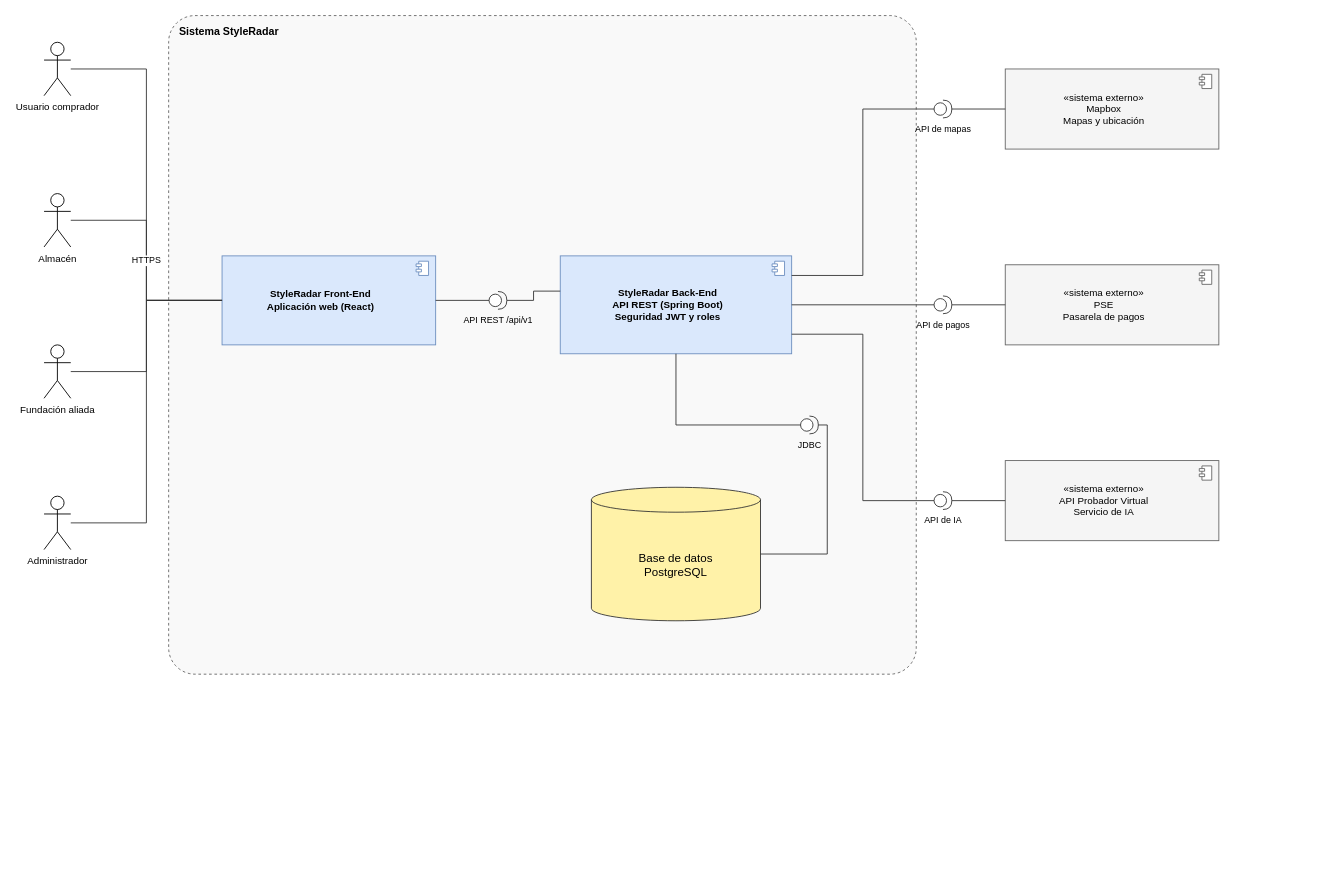
CatrachoINXS/StyleRadar-Backend keeps this draw.io diagram as style-radar/docs/uml/DiagramaComponentesGeneral.drawio. Above is the earlier version. Source tidied: cells renumbered, new cells numbered last; positions are measured from the earlier drawing's top-left corner, leaving out a move shared by most shapes. Both pictures are drawn from the tidied source at 89%, with x=0, y=0 at pixel (44, 15).
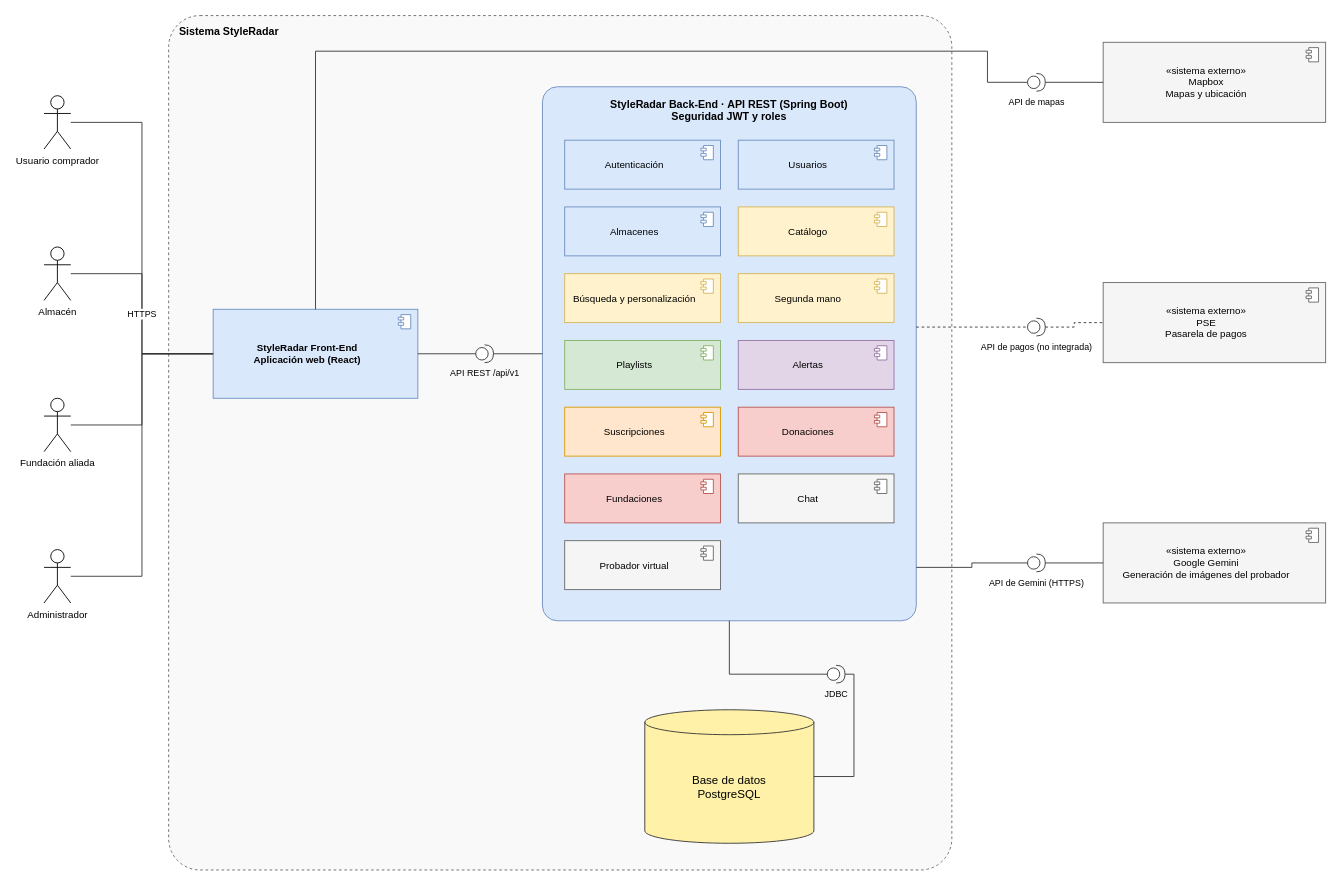
The same diagram, later.

Commit message (it also covers changes not shown here):
docs: add donation, foundation, chat and try-on modules to component diagrams

Change to the diagram source:
```diff
@@
     <mxCell id="2" value="Usuario comprador" style="shape=umlActor;verticalLabelPosition=bottom;verticalAlign=top;html=1;outlineConnect=0;fontSize=11;" parent="1" vertex="1">
-      <mxGeometry y="30" width="30" height="60" as="geometry" />
+      <mxGeometry y="90" width="30" height="60" as="geometry" />
     </mxCell>
     <mxCell id="3" value="Almacén" style="shape=umlActor;verticalLabelPosition=bottom;verticalAlign=top;html=1;outlineConnect=0;fontSize=11;" parent="1" vertex="1">
-      <mxGeometry y="200" width="30" height="60" as="geometry" />
+      <mxGeometry y="260" width="30" height="60" as="geometry" />
     </mxCell>
     <mxCell id="4" value="Fundación aliada" style="shape=umlActor;verticalLabelPosition=bottom;verticalAlign=top;html=1;outlineConnect=0;fontSize=11;" parent="1" vertex="1">
-      <mxGeometry y="370" width="30" height="60" as="geometry" />
+      <mxGeometry y="430" width="30" height="60" as="geometry" />
     </mxCell>
     <mxCell id="5" value="Administrador" style="shape=umlActor;verticalLabelPosition=bottom;verticalAlign=top;html=1;outlineConnect=0;fontSize=11;" parent="1" vertex="1">
-      <mxGeometry y="540" width="30" height="60" as="geometry" />
+      <mxGeometry y="600" width="30" height="60" as="geometry" />
     </mxCell>
     <mxCell id="6" value="&lt;b&gt;Sistema StyleRadar&lt;/b&gt;" style="rounded=1;arcSize=4;whiteSpace=wrap;html=1;fillColor=#f9f9f9;strokeColor=#666666;fontSize=12;verticalAlign=top;align=left;spacingLeft=10;spacingTop=4;dashed=1;" parent="1" vertex="1">
-      <mxGeometry x="140" width="840" height="740" as="geometry" />
+      <mxGeometry x="140" width="880" height="960" as="geometry" />
     </mxCell>
     <mxCell id="7" value="&lt;b&gt;StyleRadar Front-End&lt;br&gt;Aplicación web (React)&lt;/b&gt;" style="rounded=0;whiteSpace=wrap;html=1;fillColor=#dae8fc;strokeColor=#6c8ebf;fontSize=11;spacingRight=18;" parent="1" vertex="1">
-      <mxGeometry x="200" y="270" width="240" height="100" as="geometry" />
+      <mxGeometry x="190" y="330" width="230" height="100" as="geometry" />
     </mxCell>
     <mxCell id="8" style="shape=module;jettyWidth=6;jettyHeight=3;html=1;fillColor=#ffffff;strokeColor=#6c8ebf;" parent="7" vertex="1">
-      <mxGeometry x="218" y="6" width="14" height="16" as="geometry" />
+      <mxGeometry x="208" y="6" width="14" height="16" as="geometry" />
     </mxCell>
-    <mxCell id="9" value="&lt;b&gt;StyleRadar Back-End&lt;br&gt;API REST (Spring Boot)&lt;br&gt;Seguridad JWT y roles&lt;/b&gt;" style="rounded=0;whiteSpace=wrap;html=1;fillColor=#dae8fc;strokeColor=#6c8ebf;fontSize=11;spacingRight=18;" parent="1" vertex="1">
-      <mxGeometry x="580" y="270" width="260" height="110" as="geometry" />
+    <mxCell id="9" value="&lt;b&gt;StyleRadar Back-End · API REST (Spring Boot)&lt;br&gt;Seguridad JWT y roles&lt;/b&gt;" style="rounded=1;arcSize=4;whiteSpace=wrap;html=1;fillColor=#dae8fc;strokeColor=#6c8ebf;fontSize=12;verticalAlign=top;spacingTop=6;" parent="1" vertex="1">
+      <mxGeometry x="560" y="80" width="420" height="600" as="geometry" />
     </mxCell>
-    <mxCell id="10" style="shape=module;jettyWidth=6;jettyHeight=3;html=1;fillColor=#ffffff;strokeColor=#6c8ebf;" parent="9" vertex="1">
-      <mxGeometry x="238" y="6" width="14" height="16" as="geometry" />
-    </mxCell>
+    <mxCell id="37" value="Autenticación" style="rounded=0;whiteSpace=wrap;html=1;fillColor=#dae8fc;strokeColor=#6c8ebf;fontSize=11;spacingRight=18;" parent="1" vertex="1">
+      <mxGeometry x="585" y="140" width="175" height="55" as="geometry" />
+    </mxCell>
+    <mxCell id="38" style="shape=module;jettyWidth=6;jettyHeight=3;html=1;fillColor=#ffffff;strokeColor=#6c8ebf;" parent="37" vertex="1">
+      <mxGeometry x="153" y="6" width="14" height="16" as="geometry" />
+    </mxCell>
+    <mxCell id="39" value="Usuarios" style="rounded=0;whiteSpace=wrap;html=1;fillColor=#dae8fc;strokeColor=#6c8ebf;fontSize=11;spacingRight=18;" parent="1" vertex="1">
+      <mxGeometry x="780" y="140" width="175" height="55" as="geometry" />
+    </mxCell>
+    <mxCell id="40" style="shape=module;jettyWidth=6;jettyHeight=3;html=1;fillColor=#ffffff;strokeColor=#6c8ebf;" parent="39" vertex="1">
+      <mxGeometry x="153" y="6" width="14" height="16" as="geometry" />
+    </mxCell>
+    <mxCell id="41" value="Almacenes" style="rounded=0;whiteSpace=wrap;html=1;fillColor=#dae8fc;strokeColor=#6c8ebf;fontSize=11;spacingRight=18;" parent="1" vertex="1">
+      <mxGeometry x="585" y="215" width="175" height="55" as="geometry" />
+    </mxCell>
+    <mxCell id="42" style="shape=module;jettyWidth=6;jettyHeight=3;html=1;fillColor=#ffffff;strokeColor=#6c8ebf;" parent="41" vertex="1">
+      <mxGeometry x="153" y="6" width="14" height="16" as="geometry" />
+    </mxCell>
+    <mxCell id="43" value="Catálogo" style="rounded=0;whiteSpace=wrap;html=1;fillColor=#fff2cc;strokeColor=#d6b656;fontSize=11;spacingRight=18;" parent="1" vertex="1">
+      <mxGeometry x="780" y="215" width="175" height="55" as="geometry" />
+    </mxCell>
+    <mxCell id="44" style="shape=module;jettyWidth=6;jettyHeight=3;html=1;fillColor=#ffffff;strokeColor=#d6b656;" parent="43" vertex="1">
+      <mxGeometry x="153" y="6" width="14" height="16" as="geometry" />
+    </mxCell>
+    <mxCell id="45" value="Búsqueda y personalización" style="rounded=0;whiteSpace=wrap;html=1;fillColor=#fff2cc;strokeColor=#d6b656;fontSize=11;spacingRight=18;" parent="1" vertex="1">
+      <mxGeometry x="585" y="290" width="175" height="55" as="geometry" />
+    </mxCell>
+    <mxCell id="46" style="shape=module;jettyWidth=6;jettyHeight=3;html=1;fillColor=#ffffff;strokeColor=#d6b656;" parent="45" vertex="1">
+      <mxGeometry x="153" y="6" width="14" height="16" as="geometry" />
+    </mxCell>
+    <mxCell id="47" value="Segunda mano" style="rounded=0;whiteSpace=wrap;html=1;fillColor=#fff2cc;strokeColor=#d6b656;fontSize=11;spacingRight=18;" parent="1" vertex="1">
+      <mxGeometry x="780" y="290" width="175" height="55" as="geometry" />
+    </mxCell>
+    <mxCell id="48" style="shape=module;jettyWidth=6;jettyHeight=3;html=1;fillColor=#ffffff;strokeColor=#d6b656;" parent="47" vertex="1">
+      <mxGeometry x="153" y="6" width="14" height="16" as="geometry" />
+    </mxCell>
+    <mxCell id="49" value="Playlists" style="rounded=0;whiteSpace=wrap;html=1;fillColor=#d5e8d4;strokeColor=#82b366;fontSize=11;spacingRight=18;" parent="1" vertex="1">
+      <mxGeometry x="585" y="365" width="175" height="55" as="geometry" />
+    </mxCell>
+    <mxCell id="50" style="shape=module;jettyWidth=6;jettyHeight=3;html=1;fillColor=#ffffff;strokeColor=#82b366;" parent="49" vertex="1">
+      <mxGeometry x="153" y="6" width="14" height="16" as="geometry" />
+    </mxCell>
+    <mxCell id="51" value="Alertas" style="rounded=0;whiteSpace=wrap;html=1;fillColor=#e1d5e7;strokeColor=#9673a6;fontSize=11;spacingRight=18;" parent="1" vertex="1">
+      <mxGeometry x="780" y="365" width="175" height="55" as="geometry" />
+    </mxCell>
+    <mxCell id="52" style="shape=module;jettyWidth=6;jettyHeight=3;html=1;fillColor=#ffffff;strokeColor=#9673a6;" parent="51" vertex="1">
+      <mxGeometry x="153" y="6" width="14" height="16" as="geometry" />
+    </mxCell>
+    <mxCell id="53" value="Suscripciones" style="rounded=0;whiteSpace=wrap;html=1;fillColor=#ffe6cc;strokeColor=#d79b00;fontSize=11;spacingRight=18;" parent="1" vertex="1">
+      <mxGeometry x="585" y="440" width="175" height="55" as="geometry" />
+    </mxCell>
+    <mxCell id="54" style="shape=module;jettyWidth=6;jettyHeight=3;html=1;fillColor=#ffffff;strokeColor=#d79b00;" parent="53" vertex="1">
+      <mxGeometry x="153" y="6" width="14" height="16" as="geometry" />
+    </mxCell>
+    <mxCell id="55" value="Donaciones" style="rounded=0;whiteSpace=wrap;html=1;fillColor=#f8cecc;strokeColor=#b85450;fontSize=11;spacingRight=18;" parent="1" vertex="1">
+      <mxGeometry x="780" y="440" width="175" height="55" as="geometry" />
+    </mxCell>
+    <mxCell id="56" style="shape=module;jettyWidth=6;jettyHeight=3;html=1;fillColor=#ffffff;strokeColor=#b85450;" parent="55" vertex="1">
+      <mxGeometry x="153" y="6" width="14" height="16" as="geometry" />
+    </mxCell>
+    <mxCell id="57" value="Fundaciones" style="rounded=0;whiteSpace=wrap;html=1;fillColor=#f8cecc;strokeColor=#b85450;fontSize=11;spacingRight=18;" parent="1" vertex="1">
+      <mxGeometry x="585" y="515" width="175" height="55" as="geometry" />
+    </mxCell>
+    <mxCell id="58" style="shape=module;jettyWidth=6;jettyHeight=3;html=1;fillColor=#ffffff;strokeColor=#b85450;" parent="57" vertex="1">
+      <mxGeometry x="153" y="6" width="14" height="16" as="geometry" />
+    </mxCell>
+    <mxCell id="59" value="Chat" style="rounded=0;whiteSpace=wrap;html=1;fillColor=#f5f5f5;strokeColor=#666666;fontSize=11;spacingRight=18;" parent="1" vertex="1">
+      <mxGeometry x="780" y="515" width="175" height="55" as="geometry" />
+    </mxCell>
+    <mxCell id="60" style="shape=module;jettyWidth=6;jettyHeight=3;html=1;fillColor=#ffffff;strokeColor=#666666;" parent="59" vertex="1">
+      <mxGeometry x="153" y="6" width="14" height="16" as="geometry" />
+    </mxCell>
+    <mxCell id="61" value="Probador virtual" style="rounded=0;whiteSpace=wrap;html=1;fillColor=#f5f5f5;strokeColor=#666666;fontSize=11;spacingRight=18;" parent="1" vertex="1">
+      <mxGeometry x="585" y="590" width="175" height="55" as="geometry" />
+    </mxCell>
+    <mxCell id="62" style="shape=module;jettyWidth=6;jettyHeight=3;html=1;fillColor=#ffffff;strokeColor=#666666;" parent="61" vertex="1">
+      <mxGeometry x="153" y="6" width="14" height="16" as="geometry" />
+    </mxCell>
     <mxCell id="11" value="Base de datos&lt;br&gt;PostgreSQL" style="shape=cylinder3;whiteSpace=wrap;html=1;boundedLbl=1;backgroundOutline=1;size=14;fillColor=#fff2a8;strokeColor=#333333;fontSize=13;" parent="1" vertex="1">
-      <mxGeometry x="615" y="530" width="190" height="150" as="geometry" />
+      <mxGeometry x="675" y="780" width="190" height="150" as="geometry" />
     </mxCell>
     <mxCell id="12" value="«sistema externo»&lt;br&gt;Mapbox&lt;br&gt;Mapas y ubicación" style="rounded=0;whiteSpace=wrap;html=1;fillColor=#f5f5f5;strokeColor=#666666;fontSize=11;spacingRight=18;" parent="1" vertex="1">
-      <mxGeometry x="1080" y="60" width="240" height="90" as="geometry" />
+      <mxGeometry x="1190" y="30" width="250" height="90" as="geometry" />
     </mxCell>
     <mxCell id="13" style="shape=module;jettyWidth=6;jettyHeight=3;html=1;fillColor=#ffffff;strokeColor=#666666;" parent="12" vertex="1">
-      <mxGeometry x="218" y="6" width="14" height="16" as="geometry" />
+      <mxGeometry x="228" y="6" width="14" height="16" as="geometry" />
     </mxCell>
     <mxCell id="14" value="«sistema externo»&lt;br&gt;PSE&lt;br&gt;Pasarela de pagos" style="rounded=0;whiteSpace=wrap;html=1;fillColor=#f5f5f5;strokeColor=#666666;fontSize=11;spacingRight=18;" parent="1" vertex="1">
-      <mxGeometry x="1080" y="280" width="240" height="90" as="geometry" />
+      <mxGeometry x="1190" y="300" width="250" height="90" as="geometry" />
     </mxCell>
     <mxCell id="15" style="shape=module;jettyWidth=6;jettyHeight=3;html=1;fillColor=#ffffff;strokeColor=#666666;" parent="14" vertex="1">
-      <mxGeometry x="218" y="6" width="14" height="16" as="geometry" />
+      <mxGeometry x="228" y="6" width="14" height="16" as="geometry" />
     </mxCell>
-    <mxCell id="16" value="«sistema externo»&lt;br&gt;API Probador Virtual&lt;br&gt;Servicio de IA" style="rounded=0;whiteSpace=wrap;html=1;fillColor=#f5f5f5;strokeColor=#666666;fontSize=11;spacingRight=18;" parent="1" vertex="1">
-      <mxGeometry x="1080" y="500" width="240" height="90" as="geometry" />
+    <mxCell id="16" value="«sistema externo»&lt;br&gt;Google Gemini&lt;br&gt;Generación de imágenes del probador" style="rounded=0;whiteSpace=wrap;html=1;fillColor=#f5f5f5;strokeColor=#666666;fontSize=11;spacingRight=18;" parent="1" vertex="1">
+      <mxGeometry x="1190" y="570" width="250" height="90" as="geometry" />
     </mxCell>
     <mxCell id="17" style="shape=module;jettyWidth=6;jettyHeight=3;html=1;fillColor=#ffffff;strokeColor=#666666;" parent="16" vertex="1">
-      <mxGeometry x="218" y="6" width="14" height="16" as="geometry" />
+      <mxGeometry x="228" y="6" width="14" height="16" as="geometry" />
     </mxCell>
     <mxCell id="18" value="API REST /api/v1" style="shape=providedRequiredInterface;html=1;verticalLabelPosition=bottom;labelPosition=center;align=center;verticalAlign=top;fontSize=10;strokeColor=#333333;" parent="1" vertex="1">
-      <mxGeometry x="500" y="310" width="20" height="20" as="geometry" />
+      <mxGeometry x="485" y="370" width="20" height="20" as="geometry" />
     </mxCell>
     <mxCell id="19" value="JDBC" style="shape=providedRequiredInterface;html=1;verticalLabelPosition=bottom;labelPosition=center;align=center;verticalAlign=top;fontSize=10;strokeColor=#333333;" parent="1" vertex="1">
-      <mxGeometry x="850" y="450" width="20" height="20" as="geometry" />
+      <mxGeometry x="880" y="730" width="20" height="20" as="geometry" />
     </mxCell>
     <mxCell id="20" value="API de mapas" style="shape=providedRequiredInterface;html=1;verticalLabelPosition=bottom;labelPosition=center;align=center;verticalAlign=top;fontSize=10;strokeColor=#333333;" parent="1" vertex="1">
-      <mxGeometry x="1000" y="95" width="20" height="20" as="geometry" />
+      <mxGeometry x="1105" y="65" width="20" height="20" as="geometry" />
     </mxCell>
-    <mxCell id="21" value="API de pagos" style="shape=providedRequiredInterface;html=1;verticalLabelPosition=bottom;labelPosition=center;align=center;verticalAlign=top;fontSize=10;strokeColor=#333333;" parent="1" vertex="1">
-      <mxGeometry x="1000" y="315" width="20" height="20" as="geometry" />
+    <mxCell id="21" value="API de pagos (no integrada)" style="shape=providedRequiredInterface;html=1;verticalLabelPosition=bottom;labelPosition=center;align=center;verticalAlign=top;fontSize=10;strokeColor=#333333;" parent="1" vertex="1">
+      <mxGeometry x="1105" y="340" width="20" height="20" as="geometry" />
     </mxCell>
-    <mxCell id="22" value="API de IA" style="shape=providedRequiredInterface;html=1;verticalLabelPosition=bottom;labelPosition=center;align=center;verticalAlign=top;fontSize=10;strokeColor=#333333;" parent="1" vertex="1">
-      <mxGeometry x="1000" y="535" width="20" height="20" as="geometry" />
+    <mxCell id="22" value="API de Gemini (HTTPS)" style="shape=providedRequiredInterface;html=1;verticalLabelPosition=bottom;labelPosition=center;align=center;verticalAlign=top;fontSize=10;strokeColor=#333333;" parent="1" vertex="1">
+      <mxGeometry x="1105" y="605" width="20" height="20" as="geometry" />
     </mxCell>
@@
-    <mxCell id="28" style="edgeStyle=orthogonalEdgeStyle;rounded=0;html=1;endArrow=none;strokeColor=#333333;fontSize=10;labelBackgroundColor=#ffffff;exitX=1;exitY=0.5;exitDx=0;exitDy=0;entryX=0;entryY=0.36;entryDx=0;entryDy=0;" parent="1" edge="1" source="18" target="9">
+    <mxCell id="28" style="edgeStyle=orthogonalEdgeStyle;rounded=0;html=1;endArrow=none;strokeColor=#333333;fontSize=10;labelBackgroundColor=#ffffff;exitX=1;exitY=0.5;exitDx=0;exitDy=0;entryX=0;entryY=0.5;entryDx=0;entryDy=0;" parent="1" edge="1" source="18" target="9">
       <mxGeometry relative="1" as="geometry" />
     </mxCell>
@@
-    <mxCell id="31" style="edgeStyle=orthogonalEdgeStyle;rounded=0;html=1;endArrow=none;strokeColor=#333333;fontSize=10;labelBackgroundColor=#ffffff;exitX=1;exitY=0.2;exitDx=0;exitDy=0;entryX=0;entryY=0.5;entryDx=0;entryDy=0;" parent="1" edge="1" source="9" target="20">
-      <mxGeometry relative="1" as="geometry" />
+    <mxCell id="31" style="edgeStyle=orthogonalEdgeStyle;rounded=0;html=1;endArrow=none;strokeColor=#333333;fontSize=10;labelBackgroundColor=#ffffff;exitX=0.5;exitY=0;exitDx=0;exitDy=0;entryX=0;entryY=0.5;entryDx=0;entryDy=0;" parent="1" edge="1" source="7" target="20">
+      <mxGeometry relative="1" as="geometry">
+        <Array as="points">
+          <mxPoint x="305" y="40" />
+          <mxPoint x="1060" y="40" />
+          <mxPoint x="1060" y="75" />
+        </Array>
+      </mxGeometry>
     </mxCell>
-    <mxCell id="32" style="edgeStyle=orthogonalEdgeStyle;rounded=0;html=1;endArrow=none;strokeColor=#333333;fontSize=10;labelBackgroundColor=#ffffff;exitX=1;exitY=0.5;exitDx=0;exitDy=0;entryX=0;entryY=0.5;entryDx=0;entryDy=0;" parent="1" edge="1" source="9" target="21">
+    <mxCell id="32" style="edgeStyle=orthogonalEdgeStyle;rounded=0;html=1;endArrow=none;strokeColor=#333333;fontSize=10;labelBackgroundColor=#ffffff;dashed=1;exitX=1;exitY=0.45;exitDx=0;exitDy=0;entryX=0;entryY=0.5;entryDx=0;entryDy=0;" parent="1" edge="1" source="9" target="21">
       <mxGeometry relative="1" as="geometry" />
     </mxCell>
-    <mxCell id="33" style="edgeStyle=orthogonalEdgeStyle;rounded=0;html=1;endArrow=none;strokeColor=#333333;fontSize=10;labelBackgroundColor=#ffffff;exitX=1;exitY=0.8;exitDx=0;exitDy=0;entryX=0;entryY=0.5;entryDx=0;entryDy=0;" parent="1" edge="1" source="9" target="22">
+    <mxCell id="33" style="edgeStyle=orthogonalEdgeStyle;rounded=0;html=1;endArrow=none;strokeColor=#333333;fontSize=10;labelBackgroundColor=#ffffff;exitX=1;exitY=0.9;exitDx=0;exitDy=0;entryX=0;entryY=0.5;entryDx=0;entryDy=0;" parent="1" edge="1" source="9" target="22">
       <mxGeometry relative="1" as="geometry" />
     </mxCell>
@@
-    <mxCell id="35" style="edgeStyle=orthogonalEdgeStyle;rounded=0;html=1;endArrow=none;strokeColor=#333333;fontSize=10;labelBackgroundColor=#ffffff;exitX=1;exitY=0.5;exitDx=0;exitDy=0;entryX=0;entryY=0.5;entryDx=0;entryDy=0;" parent="1" edge="1" source="21" target="14">
+    <mxCell id="35" style="edgeStyle=orthogonalEdgeStyle;rounded=0;html=1;endArrow=none;strokeColor=#333333;fontSize=10;labelBackgroundColor=#ffffff;dashed=1;exitX=1;exitY=0.5;exitDx=0;exitDy=0;entryX=0;entryY=0.5;entryDx=0;entryDy=0;" parent="1" edge="1" source="21" target="14">
       <mxGeometry relative="1" as="geometry" />
     </mxCell>
```
